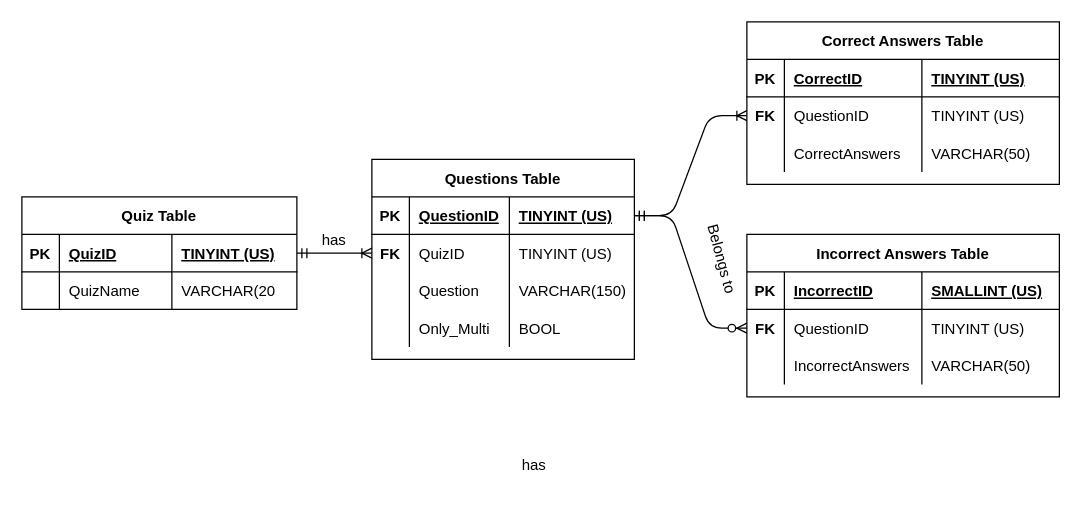
TEESDAAL/QuizSite keeps this draw.io diagram as ERD.drawio. Above is the earlier version. Source tidied: cells renumbered, new cells numbered last; positions are measured from the earlier drawing's top-left corner, leaving out a move shared by most shapes. Both pictures are drawn from the tidied source at 125%, with x=0, y=0 at pixel (21, 21).
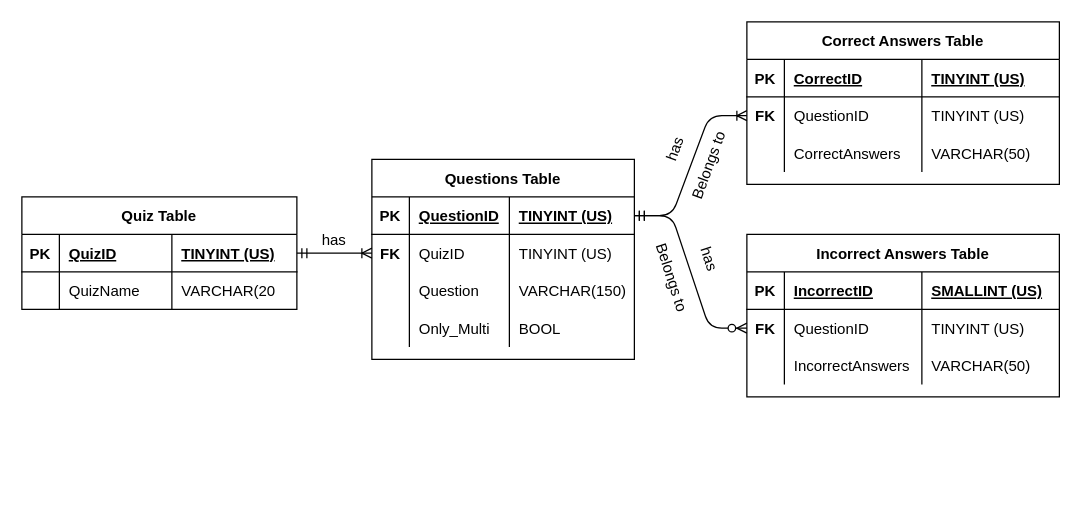
The same page after the edit.

The edit, as a diff of the source:
```diff
@@
-    <mxCell id="57" value="has" style="text;html=1;strokeColor=none;fillColor=none;align=center;verticalAlign=middle;whiteSpace=wrap;rounded=0;" parent="1" vertex="1">
-      <mxGeometry x="380" y="340" width="60" height="30" as="geometry" />
+    <mxCell id="57" value="has" style="text;html=1;strokeColor=none;fillColor=none;align=center;verticalAlign=middle;whiteSpace=wrap;rounded=0;rotation=72;" parent="1" vertex="1">
+      <mxGeometry x="520" y="175" width="60" height="30" as="geometry" />
     </mxCell>
-    <mxCell id="58" value="Belongs to" style="text;html=1;strokeColor=none;fillColor=none;align=center;verticalAlign=middle;whiteSpace=wrap;rounded=0;rotation=75;" parent="1" vertex="1">
-      <mxGeometry x="530" y="175" width="60" height="30" as="geometry" />
+    <mxCell id="58" value="Belongs to" style="text;html=1;strokeColor=none;fillColor=none;align=center;verticalAlign=middle;whiteSpace=wrap;rounded=0;rotation=72;" parent="1" vertex="1">
+      <mxGeometry x="490" y="190" width="60" height="30" as="geometry" />
     </mxCell>
@@
+    <mxCell id="60" value="has" style="text;html=1;strokeColor=none;fillColor=none;align=center;verticalAlign=middle;whiteSpace=wrap;rounded=0;rotation=290;direction=east;" parent="1" vertex="1">
+      <mxGeometry x="493" y="87" width="60" height="30" as="geometry" />
+    </mxCell>
+    <mxCell id="61" value="Belongs to" style="text;html=1;strokeColor=none;fillColor=none;align=center;verticalAlign=middle;whiteSpace=wrap;rounded=0;rotation=290;direction=east;" parent="1" vertex="1">
+      <mxGeometry x="520" y="100" width="60" height="30" as="geometry" />
+    </mxCell>
```
